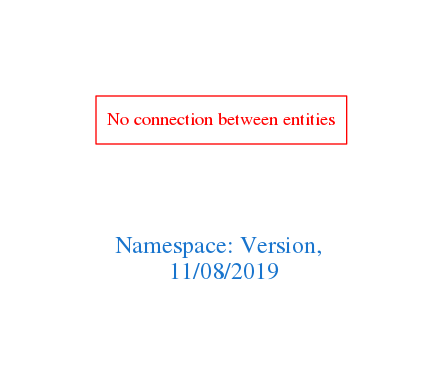
The Graphviz diagram downloads/Version.png in arago/OGIT, before a commit. Its source is kept beside it as downloads/Version.dot. The source it was exported from:
```dot
digraph OGIT_ontology {
 graph [ rankdir= LR,pad=1
fontsize = 18,
fontcolor= dodgerblue3,label = "\n\n\nNamespace: Version, \n 11/08/2019"];
node[shape=polygon];
edge [  color="gray81"];

"No connection between entities" [fontcolor = "red",color="red", shape="polygon"]
}
```
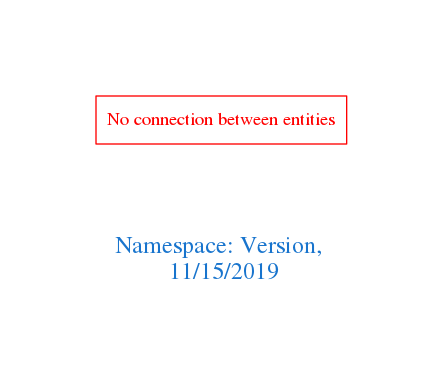
After the change.

Diff of the diagram source:
```diff
@@ -1,7 +1,7 @@
 digraph OGIT_ontology {
  graph [ rankdir= LR,pad=1
 fontsize = 18,
-fontcolor= dodgerblue3,label = "\n\n\nNamespace: Version, \n 11/08/2019"];
+fontcolor= dodgerblue3,label = "\n\n\nNamespace: Version, \n 11/15/2019"];
 node[shape=polygon];
 edge [  color="gray81"];
 
```
